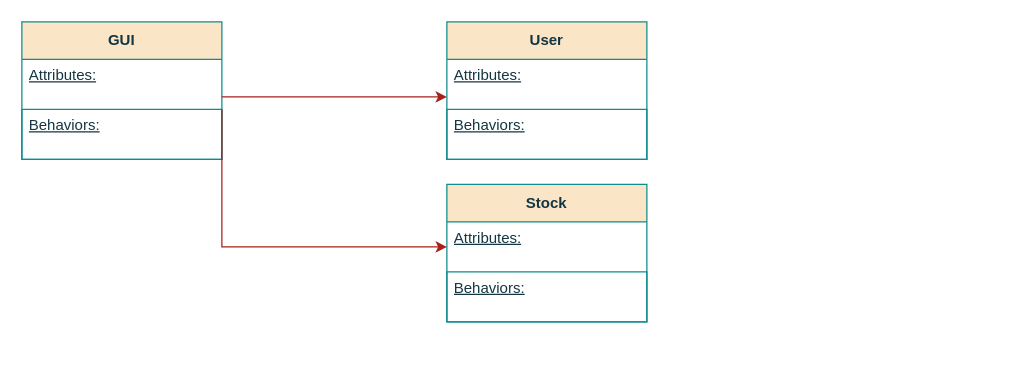
This is Diagrams/Class_Diagram.drawio from viewtifultiger/Comp380Project, a draw.io file, before an edit. Source tidied: cells renumbered, new cells numbered last; positions are measured from the earlier drawing's top-left corner, leaving out a move shared by most shapes. Both pictures are drawn from the tidied source at 125%, with x=0, y=0 at pixel (21, 21).
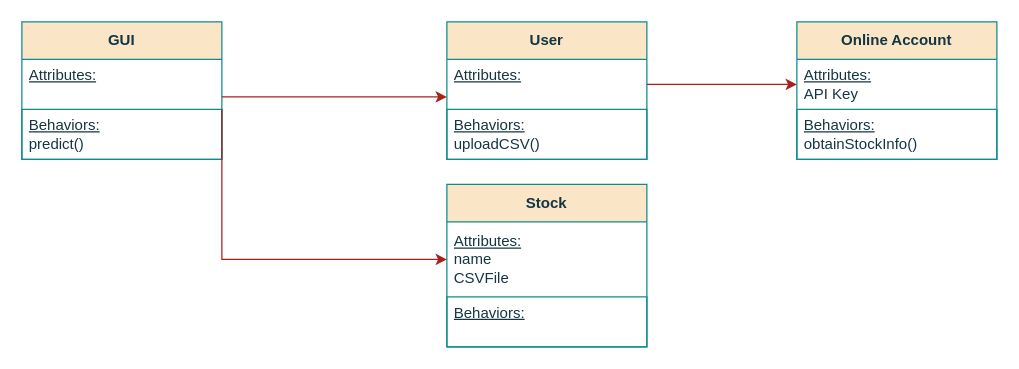
The same diagram, later.

Commit message:
added new classes, attributes, and behaviors

Diff of the diagram source:
```diff
@@
 <mxGraphModel>
   <root>
     <mxCell id="0" />
     <mxCell id="1" parent="0" />
     <mxCell id="2" value="&lt;b&gt;GUI&lt;/b&gt;" style="swimlane;fontStyle=0;horizontal=1;startSize=30;whiteSpace=wrap;html=1;labelBackgroundColor=none;fillColor=#FAE5C7;strokeColor=#0F8B8D;fontColor=#143642;" parent="1" vertex="1">
       <mxGeometry width="160" height="110" as="geometry" />
     </mxCell>
     <mxCell id="3" value="&lt;u&gt;Attributes:&lt;/u&gt;&lt;div&gt;&lt;br&gt;&lt;/div&gt;" style="text;strokeColor=none;fillColor=none;align=left;verticalAlign=middle;spacingLeft=4;spacingRight=4;overflow=hidden;whiteSpace=wrap;html=1;labelBackgroundColor=none;fontColor=#143642;" parent="2" vertex="1">
       <mxGeometry y="30" width="160" height="40" as="geometry" />
     </mxCell>
-    <mxCell id="4" value="&lt;u&gt;Behaviors:&lt;/u&gt;&lt;div&gt;&lt;br&gt;&lt;/div&gt;" style="text;strokeColor=#0F8B8D;fillColor=none;align=left;verticalAlign=middle;spacingLeft=4;spacingRight=4;overflow=hidden;whiteSpace=wrap;html=1;labelBackgroundColor=none;fontColor=#143642;" parent="2" vertex="1">
+    <mxCell id="4" value="&lt;u&gt;Behaviors:&lt;/u&gt;&lt;div&gt;predict()&lt;/div&gt;" style="text;strokeColor=#0F8B8D;fillColor=none;align=left;verticalAlign=middle;spacingLeft=4;spacingRight=4;overflow=hidden;whiteSpace=wrap;html=1;labelBackgroundColor=none;fontColor=#143642;" parent="2" vertex="1">
       <mxGeometry y="70" width="160" height="40" as="geometry" />
     </mxCell>
     <mxCell id="5" value="&lt;b&gt;User&lt;/b&gt;" style="swimlane;fontStyle=0;horizontal=1;startSize=30;whiteSpace=wrap;html=1;labelBackgroundColor=none;fillColor=#FAE5C7;strokeColor=#0F8B8D;fontColor=#143642;" parent="1" vertex="1">
       <mxGeometry x="340" width="160" height="110" as="geometry" />
     </mxCell>
-    <mxCell id="6" value="&lt;u&gt;Attributes:&lt;/u&gt;&lt;div&gt;&lt;br&gt;&lt;/div&gt;" style="text;strokeColor=none;fillColor=none;align=left;verticalAlign=middle;spacingLeft=4;spacingRight=4;overflow=hidden;points=[[0,0.5],[1,0.5]];portConstraint=eastwest;whiteSpace=wrap;html=1;labelBackgroundColor=none;fontColor=#143642;" parent="5" vertex="1">
+    <mxCell id="6" value="&lt;u&gt;Attributes:&lt;/u&gt;&lt;div&gt;&lt;u&gt;&lt;br&gt;&lt;/u&gt;&lt;/div&gt;" style="text;strokeColor=none;fillColor=none;align=left;verticalAlign=middle;spacingLeft=4;spacingRight=4;overflow=hidden;points=[[0,0.5],[1,0.5]];portConstraint=eastwest;whiteSpace=wrap;html=1;labelBackgroundColor=none;fontColor=#143642;" parent="5" vertex="1">
       <mxGeometry y="30" width="160" height="40" as="geometry" />
     </mxCell>
-    <mxCell id="7" value="&lt;u&gt;Behaviors:&lt;/u&gt;&lt;div&gt;&lt;br&gt;&lt;/div&gt;" style="text;strokeColor=#0F8B8D;fillColor=none;align=left;verticalAlign=middle;spacingLeft=4;spacingRight=4;overflow=hidden;whiteSpace=wrap;html=1;labelBackgroundColor=none;fontColor=#143642;" parent="5" vertex="1">
+    <mxCell id="7" value="&lt;u&gt;Behaviors:&lt;/u&gt;&lt;div&gt;uploadCSV()&lt;/div&gt;" style="text;strokeColor=#0F8B8D;fillColor=none;align=left;verticalAlign=middle;spacingLeft=4;spacingRight=4;overflow=hidden;whiteSpace=wrap;html=1;labelBackgroundColor=none;fontColor=#143642;" parent="5" vertex="1">
       <mxGeometry y="70" width="160" height="40" as="geometry" />
     </mxCell>
     <mxCell id="8" style="endArrow=classic;html=1;rounded=0;strokeColor=#A8201A;fontColor=#143642;fillColor=#FAE5C7;entryX=0;entryY=0.75;entryDx=0;entryDy=0;entryPerimeter=0;" parent="1" edge="1" target="6">
       <mxGeometry relative="1" as="geometry">
         <mxPoint x="160" y="60" as="sourcePoint" />
       </mxGeometry>
     </mxCell>
     <mxCell id="9" value="&lt;b&gt;Stock&lt;/b&gt;" style="swimlane;fontStyle=0;horizontal=1;startSize=30;whiteSpace=wrap;html=1;labelBackgroundColor=none;fillColor=#FAE5C7;strokeColor=#0F8B8D;fontColor=#143642;" parent="1" vertex="1">
-      <mxGeometry x="340" y="130" width="160" height="110" as="geometry" />
+      <mxGeometry x="340" y="130" width="160" height="130" as="geometry" />
     </mxCell>
-    <mxCell id="10" value="&lt;u&gt;Attributes:&lt;/u&gt;&lt;div&gt;&lt;br&gt;&lt;/div&gt;" style="text;strokeColor=none;fillColor=none;align=left;verticalAlign=middle;spacingLeft=4;spacingRight=4;overflow=hidden;points=[[0,0.5],[1,0.5]];portConstraint=eastwest;whiteSpace=wrap;html=1;labelBackgroundColor=none;fontColor=#143642;" parent="9" vertex="1">
-      <mxGeometry y="30" width="160" height="40" as="geometry" />
+    <mxCell id="10" value="&lt;u&gt;Attributes:&lt;/u&gt;&lt;div&gt;name&lt;/div&gt;&lt;div&gt;CSVFile&lt;/div&gt;" style="text;strokeColor=none;fillColor=none;align=left;verticalAlign=middle;spacingLeft=4;spacingRight=4;overflow=hidden;points=[[0,0.5],[1,0.5]];portConstraint=eastwest;whiteSpace=wrap;html=1;labelBackgroundColor=none;fontColor=#143642;" parent="9" vertex="1">
+      <mxGeometry y="30" width="160" height="60" as="geometry" />
     </mxCell>
     <mxCell id="11" value="&lt;u&gt;Behaviors:&lt;/u&gt;&lt;div&gt;&lt;br&gt;&lt;/div&gt;" style="text;strokeColor=#0F8B8D;fillColor=none;align=left;verticalAlign=middle;spacingLeft=4;spacingRight=4;overflow=hidden;whiteSpace=wrap;html=1;labelBackgroundColor=none;fontColor=#143642;" parent="9" vertex="1">
-      <mxGeometry y="70" width="160" height="40" as="geometry" />
+      <mxGeometry y="90" width="160" height="40" as="geometry" />
     </mxCell>
     <mxCell id="12" style="endArrow=classic;html=1;rounded=0;strokeColor=#A8201A;fontColor=#143642;fillColor=#FAE5C7;entryX=0;entryY=0.5;entryDx=0;entryDy=0;" parent="1" edge="1" target="10">
       <mxGeometry relative="1" as="geometry">
         <mxPoint x="160" y="70" as="sourcePoint" />
         <Array as="points">
-          <mxPoint x="160" y="180" />
+          <mxPoint x="160" y="190" />
         </Array>
       </mxGeometry>
     </mxCell>
+    <mxCell id="13" value="&lt;b&gt;Online Account&lt;/b&gt;" style="swimlane;fontStyle=0;horizontal=1;startSize=30;whiteSpace=wrap;html=1;labelBackgroundColor=none;fillColor=#FAE5C7;strokeColor=#0F8B8D;fontColor=#143642;" parent="1" vertex="1">
+      <mxGeometry x="620" width="160" height="110" as="geometry" />
+    </mxCell>
+    <mxCell id="14" value="&lt;u&gt;Attributes:&lt;/u&gt;&lt;div&gt;API Key&lt;/div&gt;" style="text;strokeColor=none;fillColor=none;align=left;verticalAlign=middle;spacingLeft=4;spacingRight=4;overflow=hidden;points=[[0,0.5],[1,0.5]];portConstraint=eastwest;whiteSpace=wrap;html=1;labelBackgroundColor=none;fontColor=#143642;" parent="13" vertex="1">
+      <mxGeometry y="30" width="160" height="40" as="geometry" />
+    </mxCell>
+    <mxCell id="15" value="&lt;u&gt;Behaviors:&lt;/u&gt;&lt;div&gt;obtainStockInfo()&lt;/div&gt;" style="text;strokeColor=#0F8B8D;fillColor=none;align=left;verticalAlign=middle;spacingLeft=4;spacingRight=4;overflow=hidden;whiteSpace=wrap;html=1;labelBackgroundColor=none;fontColor=#143642;" parent="13" vertex="1">
+      <mxGeometry y="70" width="160" height="40" as="geometry" />
+    </mxCell>
+    <mxCell id="16" style="endArrow=classic;html=1;rounded=0;strokeColor=#A8201A;fontColor=#143642;fillColor=#FAE5C7;entryX=0;entryY=0.5;entryDx=0;entryDy=0;exitX=1;exitY=0.5;exitDx=0;exitDy=0;" parent="1" edge="1" source="6" target="14">
+      <mxGeometry relative="1" as="geometry" />
+    </mxCell>
   </root>
 </mxGraphModel>
```
